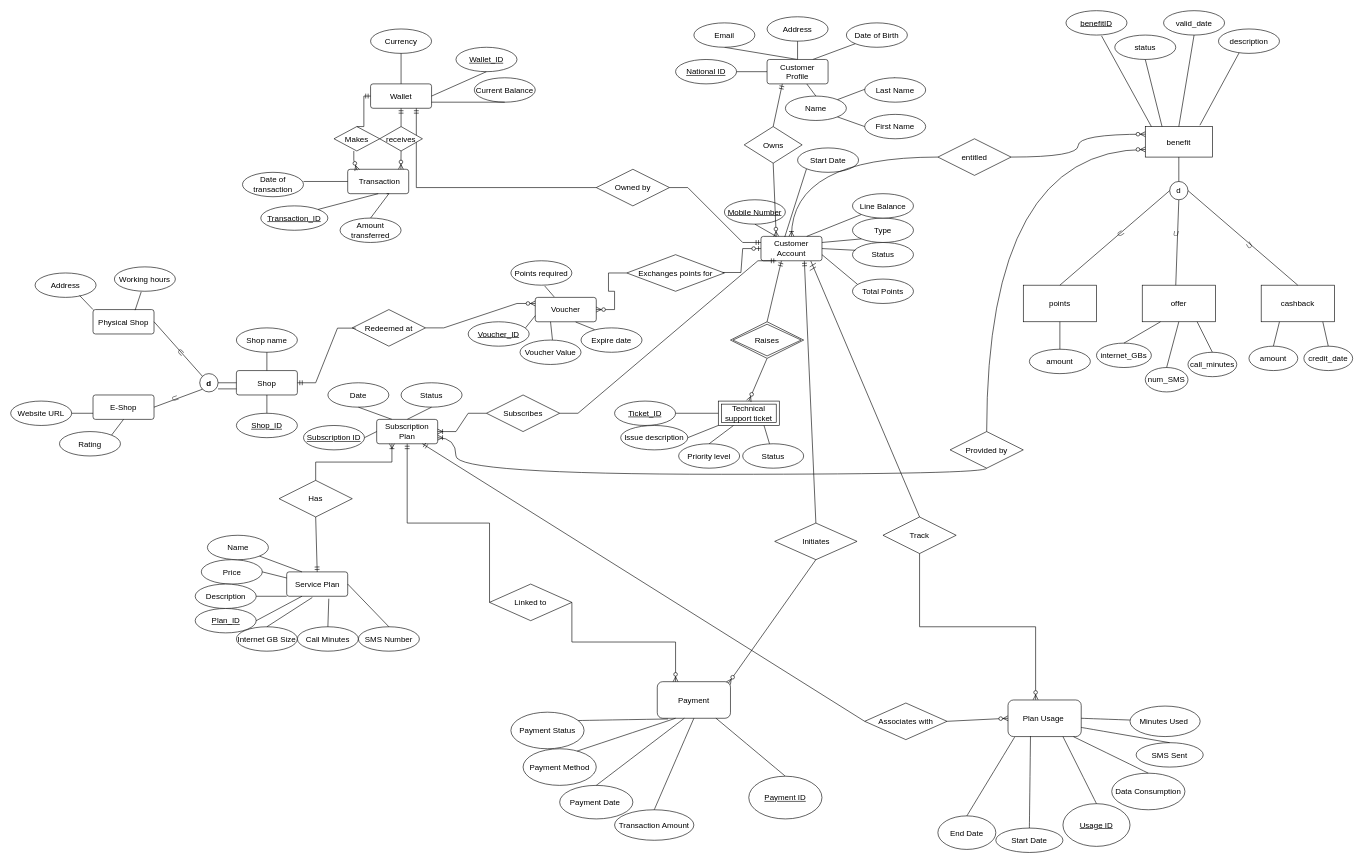
Above: mainERD.drawio in itsfadymate/Customer-Data-Management-System (draw.io), before the change. Source tidied: cells renumbered, new cells numbered last; positions are measured from the earlier drawing's top-left corner, leaving out a move shared by most shapes. Both pictures are drawn from the tidied source at 61%, with x=0, y=0 at pixel (10, 10).
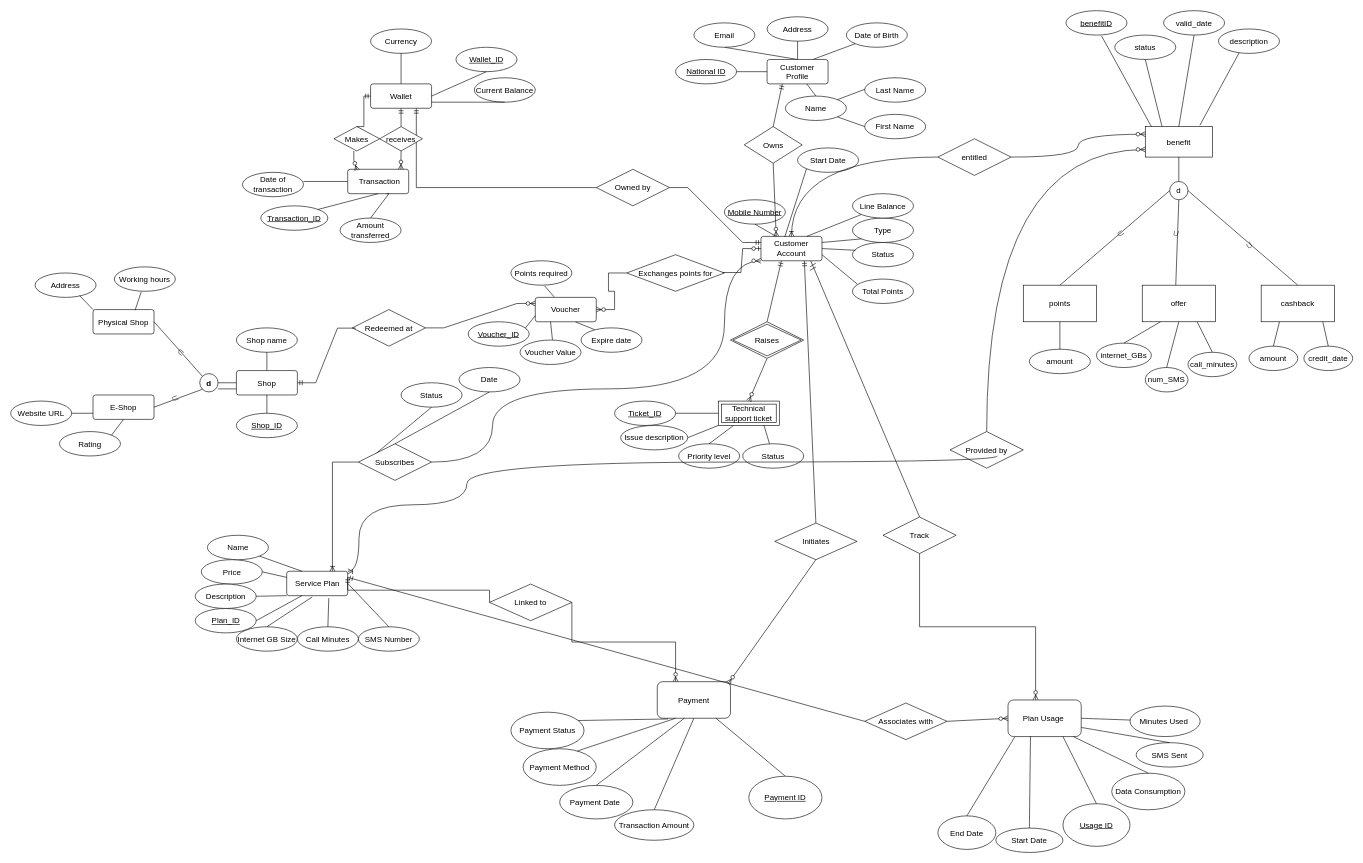
The same page after the edit.

Commit message:
removed sub. plan entity

The change refers to these unchanged cells:
```xml
<mxCell id="9" value="Customer Account" style="rounded=1;arcSize=10;whiteSpace=wrap;html=1;align=center;fontSize=13;" parent="1" vertex="1">
  <mxGeometry x="1230" y="370" width="100" height="40" as="geometry" />
</mxCell>
<mxCell id="73" value="Status" style="ellipse;whiteSpace=wrap;html=1;align=center;fontSize=13;" parent="1" vertex="1">
  <mxGeometry x="640" y="610" width="100" height="40" as="geometry" />
</mxCell>
<mxCell id="195" value="Associates with" style="shape=rhombus;perimeter=rhombusPerimeter;whiteSpace=wrap;html=1;align=center;rotation=0;direction=west;fontSize=13;" parent="1" vertex="1">
  <mxGeometry x="1400" y="1135" width="135" height="60" as="geometry" />
</mxCell>
<mxCell id="197" value="Linked to" style="shape=rhombus;perimeter=rhombusPerimeter;whiteSpace=wrap;html=1;align=center;rotation=0;direction=west;fontSize=13;" parent="1" vertex="1">
  <mxGeometry x="785" y="940" width="135" height="60" as="geometry" />
</mxCell>
```

The edit, as a diff of the source:
```diff
@@
     <mxCell id="58" value="Service Plan" style="rounded=1;arcSize=10;whiteSpace=wrap;html=1;align=center;fontSize=13;" parent="1" vertex="1">
-      <mxGeometry x="452.5" y="920" width="100" height="40" as="geometry" />
+      <mxGeometry x="452.5" y="919" width="100" height="40" as="geometry" />
     </mxCell>
@@
     <mxCell id="72" value="Subscribes" style="shape=rhombus;perimeter=rhombusPerimeter;whiteSpace=wrap;html=1;align=center;rotation=0;fontSize=13;" parent="1" vertex="1">
-      <mxGeometry x="780" y="630" width="120" height="60" as="geometry" />
+      <mxGeometry x="570" y="710" width="120" height="60" as="geometry" />
     </mxCell>
@@
     <mxCell id="74" value="Date" style="ellipse;whiteSpace=wrap;html=1;align=center;fontSize=13;" parent="1" vertex="1">
-      <mxGeometry x="520" y="610" width="100" height="40" as="geometry" />
+      <mxGeometry x="735" y="585" width="100" height="40" as="geometry" />
     </mxCell>
-    <mxCell id="75" style="endArrow=none;html=1;rounded=0;fontFamily=Helvetica;fontSize=13;fontColor=default;fontStyle=4;entryX=0.25;entryY=0;entryDx=0;entryDy=0;exitX=0.5;exitY=1;exitDx=0;exitDy=0;" parent="1" edge="1" source="74" target="188">
+    <mxCell id="75" style="endArrow=none;html=1;rounded=0;fontFamily=Helvetica;fontSize=13;fontColor=default;fontStyle=4;entryX=0.5;entryY=0;entryDx=0;entryDy=0;exitX=0.5;exitY=1;exitDx=0;exitDy=0;" parent="1" edge="1" source="74" target="72">
       <mxGeometry relative="1" as="geometry" />
     </mxCell>
-    <mxCell id="76" style="endArrow=none;html=1;rounded=0;fontFamily=Helvetica;fontSize=13;fontColor=default;fontStyle=4;entryX=0.5;entryY=0;entryDx=0;entryDy=0;exitX=0.5;exitY=1;exitDx=0;exitDy=0;" parent="1" edge="1" source="73" target="188">
+    <mxCell id="76" style="endArrow=none;html=1;rounded=0;fontFamily=Helvetica;fontSize=13;fontColor=default;fontStyle=4;entryX=0;entryY=0;entryDx=0;entryDy=0;exitX=0.5;exitY=1;exitDx=0;exitDy=0;" parent="1" edge="1" source="73" target="72">
       <mxGeometry relative="1" as="geometry" />
     </mxCell>
@@
-    <mxCell id="153" style="edgeStyle=orthogonalEdgeStyle;fontSize=13;html=1;endArrow=ERoneToMany;rounded=0;curved=1;exitX=0.5;exitY=1;exitDx=0;exitDy=0;entryX=1;entryY=0.75;entryDx=0;entryDy=0;" parent="1" edge="1">
+    <mxCell id="153" style="edgeStyle=orthogonalEdgeStyle;fontSize=13;html=1;endArrow=ERoneToMany;rounded=0;curved=1;exitX=0.5;exitY=1;exitDx=0;exitDy=0;entryX=1;entryY=0;entryDx=0;entryDy=0;" parent="1" edge="1" target="58">
       <mxGeometry relative="1" as="geometry">
-        <mxPoint x="1600" y="750" as="sourcePoint" />
-        <mxPoint x="700" y="700" as="targetPoint" />
+        <mxPoint x="1617.5" y="730" as="sourcePoint" />
         <Array as="points">
-          <mxPoint x="1600" y="760" />
-          <mxPoint x="730" y="760" />
-          <mxPoint x="730" y="700" />
+          <mxPoint x="1618" y="740" />
+          <mxPoint x="748" y="740" />
+          <mxPoint x="748" y="810" />
+          <mxPoint x="571" y="810" />
+          <mxPoint x="571" y="920" />
         </Array>
       </mxGeometry>
     </mxCell>
@@
-    <mxCell id="188" value="Subscription Plan" style="rounded=1;arcSize=10;whiteSpace=wrap;html=1;align=center;fontSize=13;" parent="1" vertex="1">
-      <mxGeometry x="600" y="670" width="100" height="40" as="geometry" />
-    </mxCell>
-    <mxCell id="189" style="edgeStyle=entityRelationEdgeStyle;fontSize=13;html=1;endArrow=ERoneToMany;rounded=0;entryX=1;entryY=0.5;entryDx=0;entryDy=0;exitX=0;exitY=0.5;exitDx=0;exitDy=0;" parent="1" edge="1" source="72" target="188">
+    <mxCell id="189" style="fontSize=13;html=1;endArrow=ERoneToMany;rounded=0;entryX=0.75;entryY=0;entryDx=0;entryDy=0;exitX=0;exitY=0.5;exitDx=0;exitDy=0;edgeStyle=orthogonalEdgeStyle;" parent="1" edge="1" source="72" target="58">
       <mxGeometry relative="1" as="geometry" />
     </mxCell>
-    <mxCell id="190" value="Has" style="shape=rhombus;perimeter=rhombusPerimeter;whiteSpace=wrap;html=1;align=center;rotation=0;fontSize=13;" parent="1" vertex="1">
-      <mxGeometry x="440" y="770" width="120" height="60" as="geometry" />
-    </mxCell>
-    <mxCell id="191" style="fontSize=13;html=1;endArrow=ERmandOne;rounded=0;entryX=0.25;entryY=1;entryDx=0;entryDy=0;exitX=1;exitY=0.5;exitDx=0;exitDy=0;edgeStyle=entityRelationEdgeStyle;" parent="1" edge="1" source="72" target="9">
-      <mxGeometry relative="1" as="geometry" />
-    </mxCell>
-    <mxCell id="192" style="fontSize=13;html=1;endArrow=ERoneToMany;rounded=0;entryX=0.25;entryY=1;entryDx=0;entryDy=0;exitX=0.5;exitY=0;exitDx=0;exitDy=0;edgeStyle=elbowEdgeStyle;elbow=vertical;" parent="1" edge="1" source="190" target="188">
-      <mxGeometry relative="1" as="geometry" />
-    </mxCell>
-    <mxCell id="193" style="fontSize=13;html=1;endArrow=ERmandOne;rounded=0;entryX=0.5;entryY=0;entryDx=0;entryDy=0;exitX=0.5;exitY=1;exitDx=0;exitDy=0;" parent="1" edge="1" source="190" target="58">
-      <mxGeometry relative="1" as="geometry" />
-    </mxCell>
-    <mxCell id="194" style="fontSize=13;html=1;endArrow=ERmandOne;rounded=0;entryX=0.75;entryY=1;entryDx=0;entryDy=0;exitX=1;exitY=0.5;exitDx=0;exitDy=0;" parent="1" edge="1" source="195" target="188">
+    <mxCell id="194" style="fontSize=13;html=1;endArrow=ERmandOne;rounded=0;entryX=1;entryY=0.25;entryDx=0;entryDy=0;exitX=1;exitY=0.5;exitDx=0;exitDy=0;" parent="1" edge="1" source="195" target="58">
       <mxGeometry relative="1" as="geometry" />
     </mxCell>
@@
-    <mxCell id="199" style="fontSize=13;html=1;endArrow=ERmandOne;rounded=0;entryX=0.5;entryY=1;entryDx=0;entryDy=0;exitX=1;exitY=0.5;exitDx=0;exitDy=0;edgeStyle=elbowEdgeStyle;elbow=vertical;" parent="1" edge="1" source="197" target="188">
+    <mxCell id="199" style="fontSize=13;html=1;endArrow=ERmandOne;rounded=0;entryX=1;entryY=0.25;entryDx=0;entryDy=0;exitX=1;exitY=0.5;exitDx=0;exitDy=0;edgeStyle=elbowEdgeStyle;elbow=vertical;" parent="1" edge="1" source="197" target="58">
       <mxGeometry relative="1" as="geometry" />
     </mxCell>
@@
-    <mxCell id="211" value="&lt;u style=&quot;font-size: 13px;&quot;&gt;Subscription ID&lt;/u&gt;" style="ellipse;whiteSpace=wrap;html=1;align=center;fontSize=13;" parent="1" vertex="1">
-      <mxGeometry x="480" y="680" width="100" height="40" as="geometry" />
-    </mxCell>
-    <mxCell id="212" style="endArrow=none;html=1;rounded=0;fontFamily=Helvetica;fontSize=13;fontColor=default;fontStyle=4;entryX=0;entryY=0.5;entryDx=0;entryDy=0;exitX=1;exitY=0.5;exitDx=0;exitDy=0;" parent="1" edge="1" source="211" target="188">
-      <mxGeometry relative="1" as="geometry" />
-    </mxCell>
@@
+    <mxCell id="191" style="fontSize=13;html=1;endArrow=ERzeroToMany;endFill=1;rounded=0;entryX=0;entryY=1;entryDx=0;entryDy=0;exitX=1;exitY=0.5;exitDx=0;exitDy=0;edgeStyle=orthogonalEdgeStyle;curved=1;" parent="1" edge="1" source="72" target="9">
+      <mxGeometry relative="1" as="geometry">
+        <Array as="points">
+          <mxPoint x="790" y="740" />
+          <mxPoint x="790" y="620" />
+          <mxPoint x="1170" y="620" />
+          <mxPoint x="1170" y="410" />
+        </Array>
+      </mxGeometry>
+    </mxCell>
```
